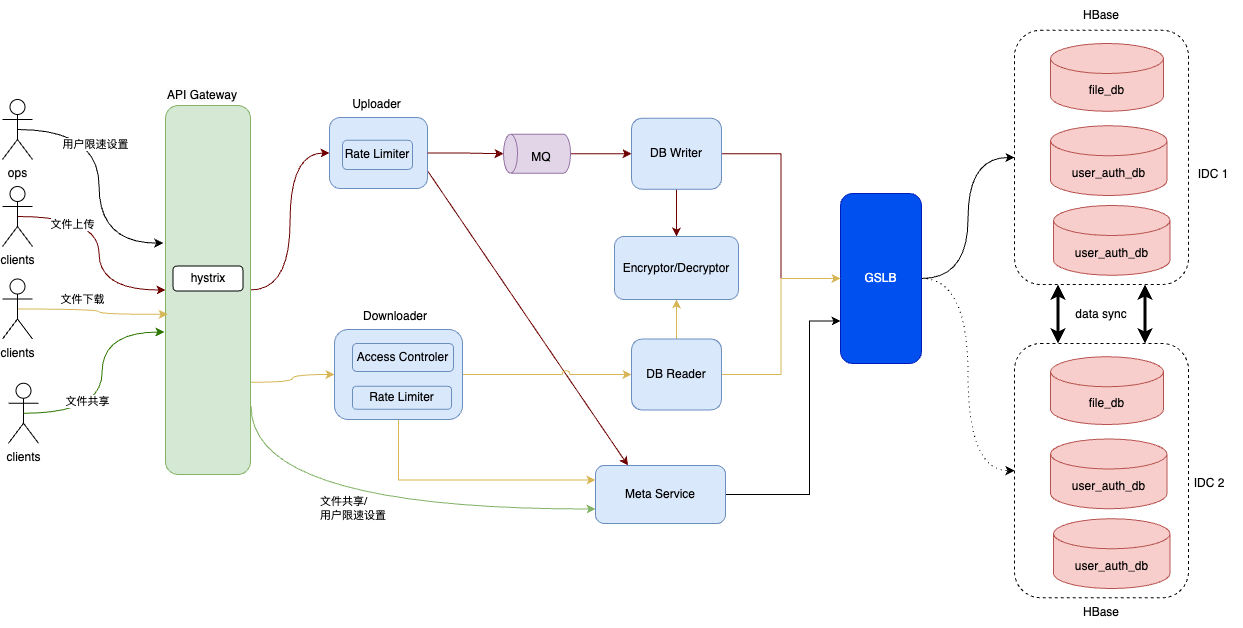
Above: pictures/network_storage/redesign.drawio.png in alikWu/system-design (draw.io), before the change. Source tidied: cells renumbered, new cells last; positions are measured from the earlier drawing's top-left corner, leaving out a move shared by most shapes.
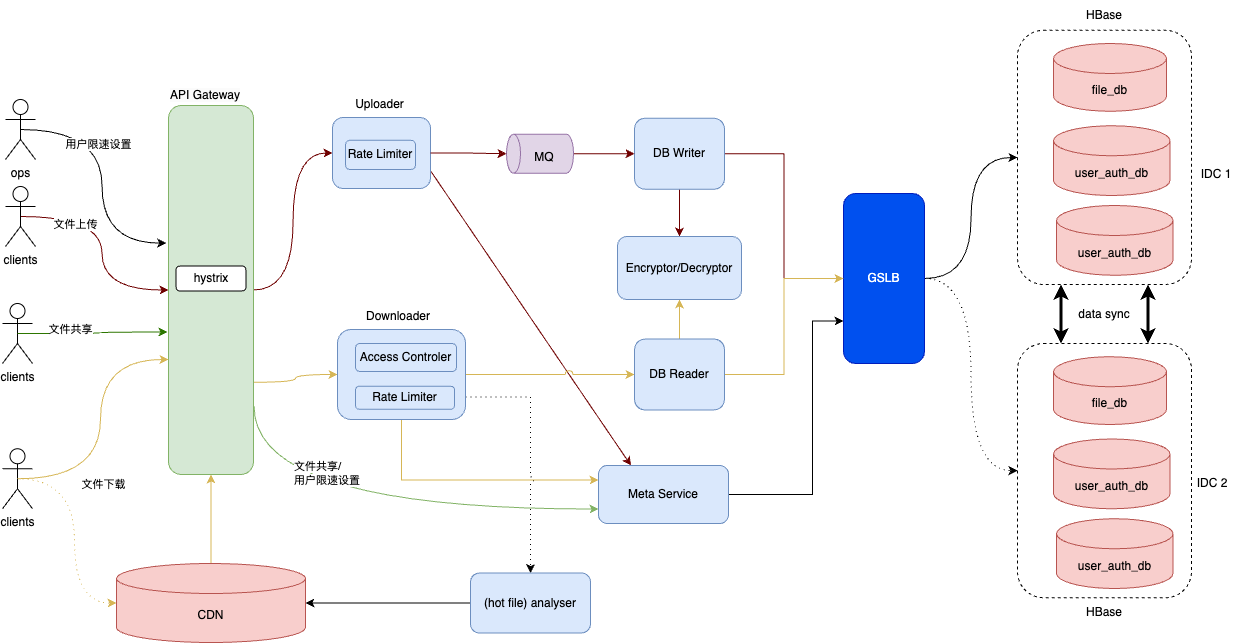
The same file after the commit.

The edit, as a diff of the source:
```diff
@@ -47,7 +47,7 @@
     <mxCell id="14" value="DB Writer" style="rounded=1;whiteSpace=wrap;html=1;fillColor=#dae8fc;strokeColor=#6c8ebf;" parent="1" vertex="1">
       <mxGeometry x="629" y="117.8" width="90" height="71" as="geometry" />
     </mxCell>
-    <mxCell id="15" style="rounded=0;jettySize=auto;html=1;exitX=1;exitY=0.75;exitDx=0;exitDy=0;entryX=0.25;entryY=0;entryDx=0;entryDy=0;fillColor=#a20025;strokeColor=#6F0000;" parent="1" edge="1" source="16" target="30">
+    <mxCell id="15" style="rounded=1;jettySize=auto;html=1;exitX=1;exitY=0.75;exitDx=0;exitDy=0;entryX=0.25;entryY=0;entryDx=0;entryDy=0;fillColor=#a20025;strokeColor=#6F0000;curved=0;" parent="1" edge="1" source="16" target="30">
       <mxGeometry relative="1" as="geometry" />
     </mxCell>
     <mxCell id="16" style="rounded=1;whiteSpace=wrap;html=1;fillColor=#dae8fc;strokeColor=#6c8ebf;" parent="1" vertex="1">
@@ -77,6 +77,9 @@
     <mxCell id="24" style="edgeStyle=orthogonalEdgeStyle;rounded=0;jettySize=auto;html=1;exitX=0.5;exitY=1;exitDx=0;exitDy=0;entryX=0;entryY=0.25;entryDx=0;entryDy=0;fillColor=#fff2cc;strokeColor=#d6b656;" parent="1" edge="1" source="25" target="30">
       <mxGeometry relative="1" as="geometry" />
     </mxCell>
+    <mxCell id="62" style="edgeStyle=orthogonalEdgeStyle;rounded=0;jettySize=auto;html=1;exitX=1;exitY=0.75;exitDx=0;exitDy=0;jumpStyle=arc;curved=0;dashed=1;dashPattern=1 4;" parent="1" edge="1" source="25" target="67">
+      <mxGeometry relative="1" as="geometry" />
+    </mxCell>
     <mxCell id="25" style="rounded=1;whiteSpace=wrap;html=1;fillColor=#dae8fc;strokeColor=#6c8ebf;" parent="1" vertex="1">
       <mxGeometry x="332" y="329" width="128" height="90" as="geometry" />
     </mxCell>
@@ -112,7 +115,7 @@
       <mxGeometry y="99" width="30" height="60" as="geometry" />
     </mxCell>
     <mxCell id="34" value="clients" style="shape=umlActor;verticalLabelPosition=bottom;verticalAlign=top;html=1;outlineConnect=0;" parent="1" vertex="1">
-      <mxGeometry x="6" y="382.8" width="30" height="60" as="geometry" />
+      <mxGeometry x="-3" y="303" width="30" height="60" as="geometry" />
     </mxCell>
     <mxCell id="35" style="edgeStyle=orthogonalEdgeStyle;rounded=0;jettySize=auto;html=1;exitX=0.5;exitY=0.5;exitDx=0;exitDy=0;exitPerimeter=0;entryX=-0.013;entryY=0.614;entryDx=0;entryDy=0;entryPerimeter=0;curved=1;fillColor=#60a917;strokeColor=#2D7600;" parent="1" edge="1" source="34" target="11">
       <mxGeometry relative="1" as="geometry" />
@@ -122,16 +125,21 @@
         <mxPoint x="-10" as="offset" />
       </mxGeometry>
     </mxCell>
-    <mxCell id="37" style="edgeStyle=orthogonalEdgeStyle;rounded=0;jettySize=auto;html=1;exitX=0.5;exitY=0.5;exitDx=0;exitDy=0;exitPerimeter=0;entryX=0.026;entryY=0.566;entryDx=0;entryDy=0;curved=1;fillColor=#fff2cc;strokeColor=#d6b656;entryPerimeter=0;" parent="1" edge="1" source="39" target="11">
-      <mxGeometry relative="1" as="geometry" />
+    <mxCell id="37" style="edgeStyle=orthogonalEdgeStyle;rounded=0;jettySize=auto;html=1;exitX=0.5;exitY=0.5;exitDx=0;exitDy=0;exitPerimeter=0;curved=1;fillColor=#fff2cc;strokeColor=#d6b656;" parent="1" edge="1" source="39" target="11">
+      <mxGeometry relative="1" as="geometry">
+        <Array as="points">
+          <mxPoint x="95" y="478" />
+          <mxPoint x="95" y="359" />
+        </Array>
+      </mxGeometry>
     </mxCell>
     <mxCell id="38" value="文件下载" style="edgeLabel;html=1;align=center;verticalAlign=middle;" parent="37" vertex="1">
       <mxGeometry x="-0.18" y="11" relative="1" as="geometry">
-        <mxPoint y="1" as="offset" />
+        <mxPoint x="13" y="33" as="offset" />
       </mxGeometry>
     </mxCell>
     <mxCell id="39" value="clients" style="shape=umlActor;verticalLabelPosition=bottom;verticalAlign=top;html=1;outlineConnect=0;" parent="1" vertex="1">
-      <mxGeometry y="278.5" width="30" height="60" as="geometry" />
+      <mxGeometry x="-3" y="448.2" width="30" height="60" as="geometry" />
     </mxCell>
     <mxCell id="40" value="file_db" style="shape=cylinder3;whiteSpace=wrap;html=1;boundedLbl=1;backgroundOutline=1;size=15;fillColor=#f8cecc;strokeColor=#b85450;" parent="1" vertex="1">
       <mxGeometry x="1048" y="43" width="113" height="67.8" as="geometry" />
@@ -173,7 +181,7 @@
       <mxGeometry x="1069" y="-0.2" width="60" height="30" as="geometry" />
     </mxCell>
     <mxCell id="53" value="&lt;span style=&quot;color: rgb(0, 0, 0); font-family: Helvetica; font-size: 11px; font-style: normal; font-variant-ligatures: normal; font-variant-caps: normal; font-weight: 400; letter-spacing: normal; orphans: 2; text-align: center; text-indent: 0px; text-transform: none; widows: 2; word-spacing: 0px; -webkit-text-stroke-width: 0px; white-space: nowrap; background-color: rgb(255, 255, 255); text-decoration-thickness: initial; text-decoration-style: initial; text-decoration-color: initial; display: inline !important; float: none;&quot;&gt;文件共享/&lt;/span&gt;&lt;span style=&quot;font-size: 11px; text-align: center; text-wrap-mode: nowrap; background-color: rgb(255, 255, 255);&quot;&gt;用户限速设置&lt;/span&gt;" style="text;whiteSpace=wrap;html=1;" parent="1" vertex="1">
-      <mxGeometry x="316" y="487" width="72" height="36" as="geometry" />
+      <mxGeometry x="287" y="452.1" width="72" height="36" as="geometry" />
     </mxCell>
     <mxCell id="54" value="user_auth_db" style="shape=cylinder3;whiteSpace=wrap;html=1;boundedLbl=1;backgroundOutline=1;size=15;fillColor=#f8cecc;strokeColor=#b85450;" parent="1" vertex="1">
       <mxGeometry x="1051" y="205" width="116.5" height="69.8" as="geometry" />
@@ -199,5 +207,20 @@
     <mxCell id="61" value="&lt;span style=&quot;color: rgb(0, 0, 0); font-family: Helvetica; font-size: 12px; font-style: normal; font-variant-ligatures: normal; font-variant-caps: normal; font-weight: 400; letter-spacing: normal; orphans: 2; text-align: center; text-indent: 0px; text-transform: none; widows: 2; word-spacing: 0px; -webkit-text-stroke-width: 0px; white-space: normal; background-color: rgb(251, 251, 251); text-decoration-thickness: initial; text-decoration-style: initial; text-decoration-color: initial; display: inline !important; float: none;&quot;&gt;API Gateway&lt;/span&gt;" style="text;whiteSpace=wrap;html=1;" parent="1" vertex="1">
       <mxGeometry x="163" y="81" width="98" height="36" as="geometry" />
     </mxCell>
+    <mxCell id="63" style="edgeStyle=orthogonalEdgeStyle;rounded=0;jettySize=auto;html=1;exitX=0.5;exitY=0;exitDx=0;exitDy=0;exitPerimeter=0;entryX=0.5;entryY=1;entryDx=0;entryDy=0;fillColor=#fff2cc;strokeColor=#d6b656;" parent="1" edge="1" source="65" target="11">
+      <mxGeometry relative="1" as="geometry" />
+    </mxCell>
+    <mxCell id="64" style="edgeStyle=orthogonalEdgeStyle;rounded=0;jettySize=auto;html=1;exitX=1;exitY=0.5;exitDx=0;exitDy=0;exitPerimeter=0;entryX=0;entryY=0.5;entryDx=0;entryDy=0;startArrow=classic;startFill=1;endArrow=none;endFill=0;" parent="1" edge="1" source="65" target="67">
+      <mxGeometry relative="1" as="geometry" />
+    </mxCell>
+    <mxCell id="65" value="CDN" style="shape=cylinder3;whiteSpace=wrap;html=1;boundedLbl=1;backgroundOutline=1;size=15;fillColor=#f8cecc;strokeColor=#b85450;" parent="1" vertex="1">
+      <mxGeometry x="111" y="563" width="189" height="79" as="geometry" />
+    </mxCell>
+    <mxCell id="66" style="edgeStyle=orthogonalEdgeStyle;rounded=0;jettySize=auto;html=1;exitX=0.5;exitY=0.5;exitDx=0;exitDy=0;exitPerimeter=0;entryX=0;entryY=0.5;entryDx=0;entryDy=0;entryPerimeter=0;curved=1;dashed=1;dashPattern=1 4;fillColor=#fff2cc;strokeColor=#d6b656;" parent="1" edge="1" source="39" target="65">
+      <mxGeometry relative="1" as="geometry" />
+    </mxCell>
+    <mxCell id="67" value="(hot file) analyser" style="rounded=1;whiteSpace=wrap;html=1;fillColor=#dae8fc;strokeColor=#6c8ebf;" parent="1" vertex="1">
+      <mxGeometry x="465" y="572.5" width="120" height="60" as="geometry" />
+    </mxCell>
   </root>
 </mxGraphModel>
```
